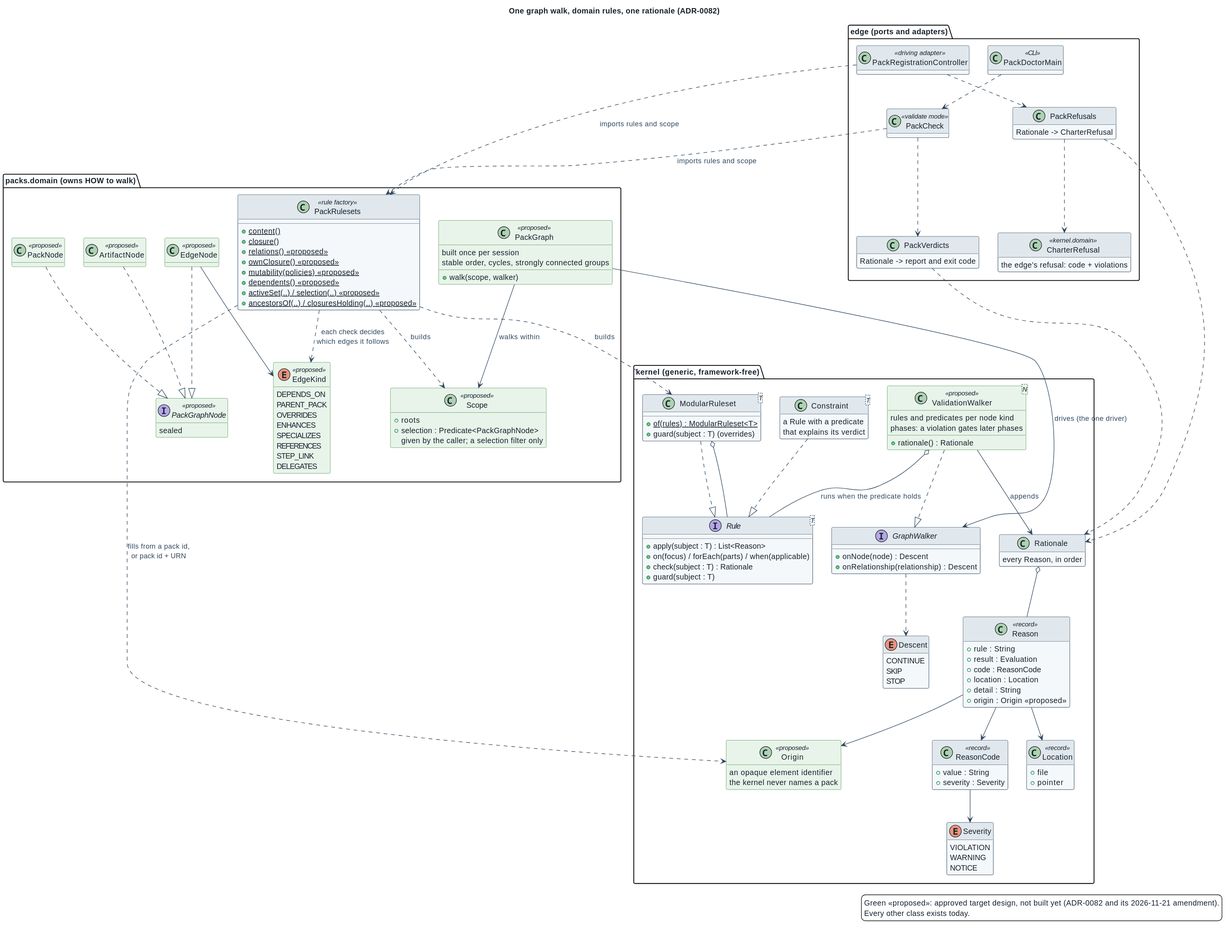
Above: docs/architecture/diagrams/graph-walk-classes.svg in spec-kitty/spec-kitty-charter (PlantUML), before the change.
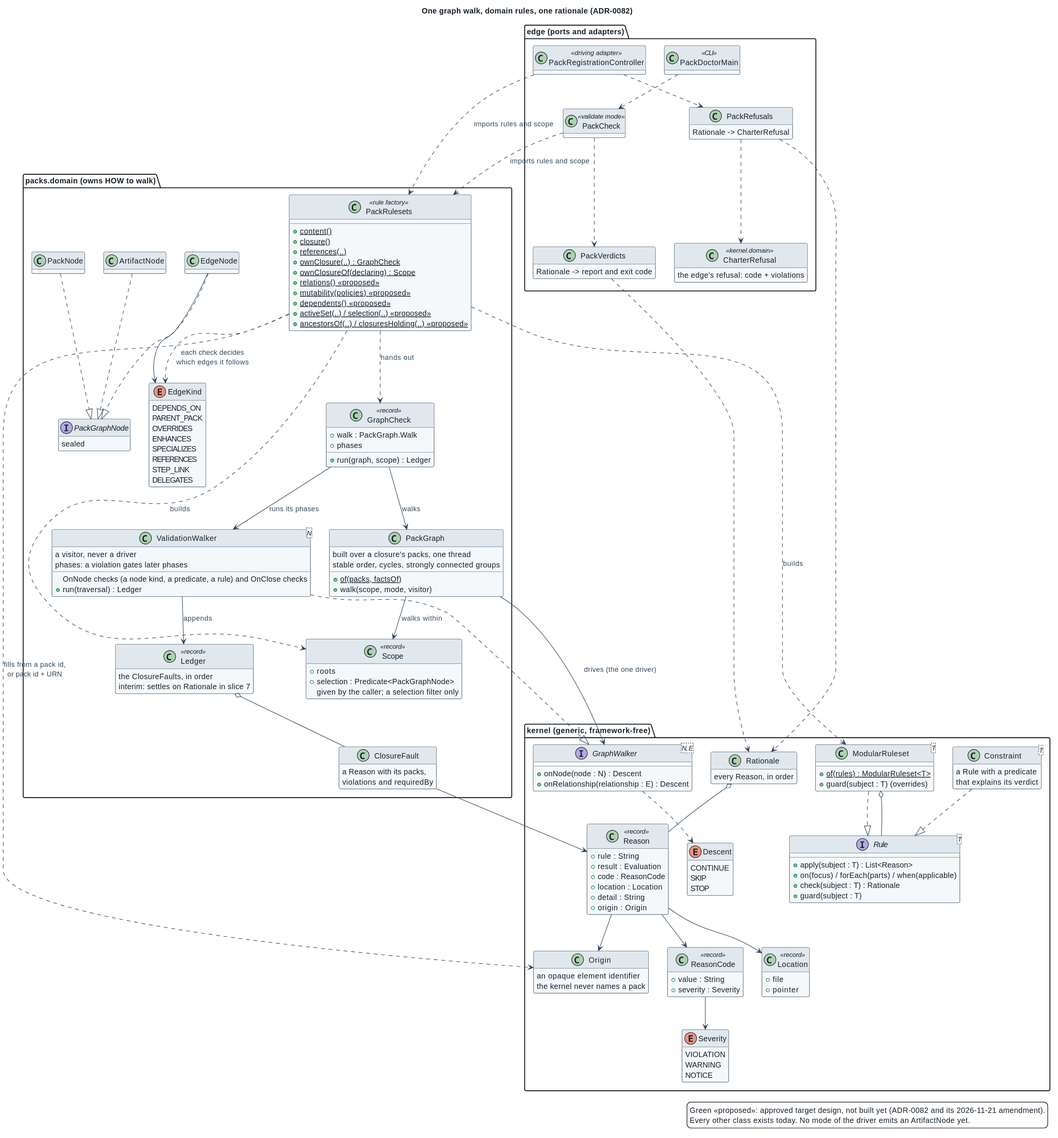
The same diagram one commit later.

Commit message:
docs(packs): record slice 3 as built, redraw the graph-walk diagrams and add its changelog (#638)

Diff of the diagram source:
```diff
@@ -16,9 +16,9 @@
 title One graph walk, domain rules, one rationale (ADR-0082)
 
 package "kernel (generic, framework-free)" {
-  interface GraphWalker {
-    + onNode(node) : Descent
-    + onRelationship(relationship) : Descent
+  interface "GraphWalker<N, E>" as GraphWalker {
+    + onNode(node : N) : Descent
+    + onRelationship(relationship : E) : Descent
   }
   enum Descent {
     CONTINUE
@@ -48,7 +48,7 @@
     + code : ReasonCode
     + location : Location
     + detail : String
-    + origin : Origin <<proposed>>
+    + origin : Origin
   }
   class ReasonCode <<record>> {
     + value : String
@@ -63,25 +63,38 @@
     + file
     + pointer
   }
-  class Origin <<proposed>> {
+  class Origin {
     an opaque element identifier
     the kernel never names a pack
-  }
-  class "ValidationWalker<N>" as ValidationWalker <<proposed>> {
-    rules and predicates per node kind
-    phases: a violation gates later phases
-    + rationale() : Rationale
   }
 }
 
 package "packs.domain (owns HOW to walk)" {
-  interface PackGraphNode <<proposed>> {
+  class "ValidationWalker<N>" as ValidationWalker {
+    a visitor, never a driver
+    OnNode checks (a node kind, a predicate, a rule) and OnClose checks
+    phases: a violation gates later phases
+    + run(traversal) : Ledger
+  }
+  class GraphCheck <<record>> {
+    + walk : PackGraph.Walk
+    + phases
+    + run(graph, scope) : Ledger
+  }
+  class Ledger <<record>> {
+    the ClosureFaults, in order
+    interim: settles on Rationale in slice 7
+  }
+  class ClosureFault {
+    a Reason with its packs,\nviolations and requiredBy
+  }
+  interface PackGraphNode {
     sealed
   }
-  class PackNode <<proposed>>
-  class ArtifactNode <<proposed>>
-  class EdgeNode <<proposed>>
-  enum EdgeKind <<proposed>> {
+  class PackNode
+  class ArtifactNode
+  class EdgeNode
+  enum EdgeKind {
     DEPENDS_ON
     PARENT_PACK
     OVERRIDES
@@ -91,21 +104,24 @@
     STEP_LINK
     DELEGATES
   }
-  class Scope <<proposed>> {
+  class Scope <<record>> {
     + roots
     + selection : Predicate<PackGraphNode>
     given by the caller; a selection filter only
   }
-  class PackGraph <<proposed>> {
-    built once per session
-    + walk(scope, walker)
+  class PackGraph {
+    built over a closure's packs, one thread
+    + {static} of(packs, factsOf)
+    + walk(scope, mode, visitor)
     stable order, cycles, strongly connected groups
   }
   class PackRulesets <<rule factory>> {
     + {static} content()
     + {static} closure()
+    + {static} references(..)
+    + {static} ownClosure(..) : GraphCheck
+    + {static} ownClosureOf(declaring) : Scope
     + {static} relations() <<proposed>>
-    + {static} ownClosure() <<proposed>>
     + {static} mutability(policies) <<proposed>>
     + {static} dependents() <<proposed>>
     + {static} activeSet(..) / selection(..) <<proposed>>
@@ -133,8 +149,11 @@
 ModularRuleset ..|> Rule
 Constraint ..|> Rule
 ModularRuleset o-- Rule
-ValidationWalker o-- Rule : runs when the predicate holds
-ValidationWalker --> Rationale : appends
+ValidationWalker --> Ledger : appends
+Ledger o-- ClosureFault
+ClosureFault --> Reason
+GraphCheck --> ValidationWalker : runs its phases
+GraphCheck --> PackGraph : walks
 Rationale o-- Reason
 Reason --> ReasonCode
 ReasonCode --> Severity
@@ -150,6 +169,7 @@
 PackGraph --> Scope : walks within
 PackGraph --> GraphWalker : drives (the one driver)
 PackRulesets ..> Scope : builds
+PackRulesets ..> GraphCheck : hands out
 PackRulesets ..> ModularRuleset : builds
 
 PackRegistrationController ..> PackRulesets : imports rules and scope
@@ -163,6 +183,6 @@
 
 legend right
   Green <<proposed>>: approved target design, not built yet (ADR-0082 and its 2026-11-21 amendment).
-  Every other class exists today.
+  Every other class exists today. No mode of the driver emits an ArtifactNode yet.
 endlegend
 @enduml
```
